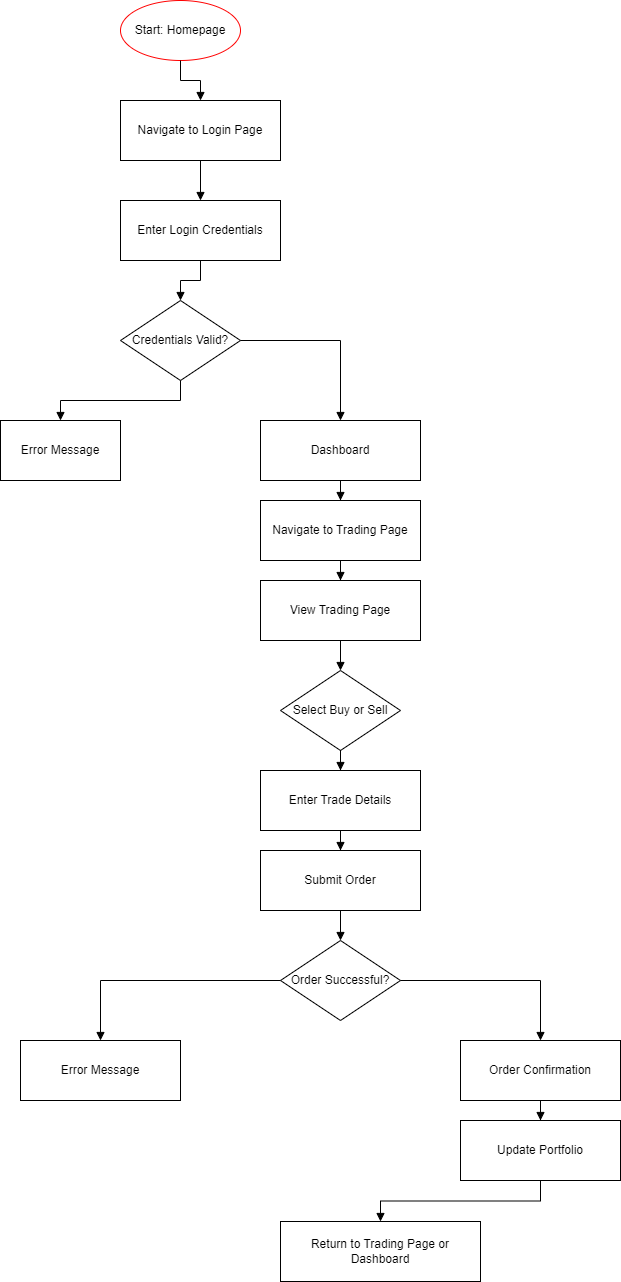
The draw.io diagram Images/trade-user-flow.drawio.png in trading-app-ca/part-a-docs, before a commit. Source tidied: cells renumbered, new cells last; positions are measured from the earlier drawing's top-left corner, leaving out a move shared by most shapes.
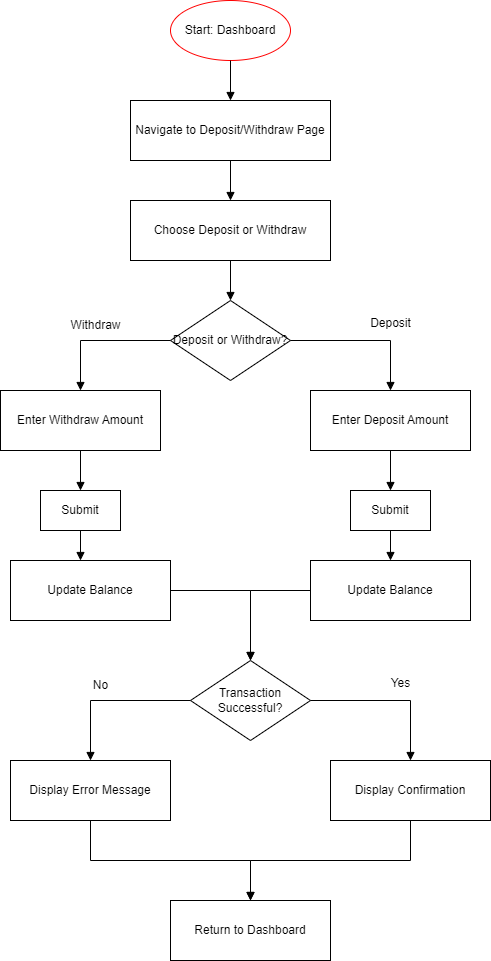
After the change.

Commit message:
docs: added user flows for wireframes, updated user stories

Change to the diagram source:
```diff
@@ -2,100 +2,117 @@
   <root>
     <mxCell id="0" />
     <mxCell id="1" parent="0" />
-    <mxCell id="2" value="Start: Homepage" style="ellipse;whiteSpace=wrap;html=1;strokeColor=#FF0000;fillColor=none;" parent="1" vertex="1">
-      <mxGeometry x="120" width="120" height="60" as="geometry" />
+    <mxCell id="2" value="Start: Dashboard" style="ellipse;whiteSpace=wrap;html=1;strokeColor=#FF0000;fillColor=none;" parent="1" vertex="1">
+      <mxGeometry x="370" y="10" width="120" height="60" as="geometry" />
     </mxCell>
-    <mxCell id="3" value="Navigate to Login Page" style="rounded=0;whiteSpace=wrap;html=1;" parent="1" vertex="1">
-      <mxGeometry x="120" y="100" width="160" height="60" as="geometry" />
+    <mxCell id="3" value="Navigate to Deposit/Withdraw Page" style="rounded=0;whiteSpace=wrap;html=1;" parent="1" vertex="1">
+      <mxGeometry x="330" y="110" width="200" height="60" as="geometry" />
     </mxCell>
     <mxCell id="4" style="edgeStyle=orthogonalEdgeStyle;rounded=0;jettySize=auto;html=1;endArrow=block;endFill=1;" parent="1" edge="1" source="2" target="3">
       <mxGeometry relative="1" as="geometry" />
     </mxCell>
-    <mxCell id="5" value="Enter Login Credentials" style="rounded=0;whiteSpace=wrap;html=1;" parent="1" vertex="1">
-      <mxGeometry x="120" y="200" width="160" height="60" as="geometry" />
+    <mxCell id="5" value="Choose Deposit or Withdraw" style="rounded=0;whiteSpace=wrap;html=1;" parent="1" vertex="1">
+      <mxGeometry x="330" y="210" width="200" height="60" as="geometry" />
     </mxCell>
     <mxCell id="6" style="edgeStyle=orthogonalEdgeStyle;rounded=0;jettySize=auto;html=1;endArrow=block;endFill=1;" parent="1" edge="1" source="3" target="5">
       <mxGeometry relative="1" as="geometry" />
     </mxCell>
-    <mxCell id="7" value="Credentials Valid?" style="rhombus;whiteSpace=wrap;html=1;" parent="1" vertex="1">
-      <mxGeometry x="120" y="300" width="120" height="80" as="geometry" />
+    <mxCell id="7" value="Deposit or Withdraw?" style="rhombus;whiteSpace=wrap;html=1;" parent="1" vertex="1">
+      <mxGeometry x="370" y="310" width="120" height="80" as="geometry" />
     </mxCell>
     <mxCell id="8" style="edgeStyle=orthogonalEdgeStyle;rounded=0;jettySize=auto;html=1;endArrow=block;endFill=1;" parent="1" edge="1" source="5" target="7">
       <mxGeometry relative="1" as="geometry" />
     </mxCell>
-    <mxCell id="9" value="Error Message" style="rounded=0;whiteSpace=wrap;html=1;" parent="1" vertex="1">
-      <mxGeometry y="420" width="120" height="60" as="geometry" />
+    <mxCell id="9" value="Enter Deposit Amount" style="rounded=0;whiteSpace=wrap;html=1;" parent="1" vertex="1">
+      <mxGeometry x="510" y="400" width="160" height="60" as="geometry" />
     </mxCell>
     <mxCell id="10" style="edgeStyle=orthogonalEdgeStyle;rounded=0;jettySize=auto;html=1;endArrow=block;endFill=1;" parent="1" edge="1" source="7" target="9">
-      <mxGeometry relative="1" as="geometry">
-        <mxPoint x="0.5" y="1" as="offset" />
-      </mxGeometry>
+      <mxGeometry relative="1" as="geometry" />
     </mxCell>
-    <mxCell id="11" value="Dashboard" style="rounded=0;whiteSpace=wrap;html=1;" parent="1" vertex="1">
-      <mxGeometry x="260" y="420" width="160" height="60" as="geometry" />
+    <mxCell id="11" value="Submit" style="rounded=0;whiteSpace=wrap;html=1;" parent="1" vertex="1">
+      <mxGeometry x="550" y="500" width="80" height="40" as="geometry" />
     </mxCell>
-    <mxCell id="12" style="edgeStyle=orthogonalEdgeStyle;rounded=0;jettySize=auto;html=1;endArrow=block;endFill=1;" parent="1" edge="1" source="7" target="11">
+    <mxCell id="12" style="edgeStyle=orthogonalEdgeStyle;rounded=0;jettySize=auto;html=1;endArrow=block;endFill=1;" parent="1" edge="1" source="9" target="11">
       <mxGeometry relative="1" as="geometry" />
     </mxCell>
-    <mxCell id="13" value="Navigate to Trading Page" style="rounded=0;whiteSpace=wrap;html=1;" parent="1" vertex="1">
-      <mxGeometry x="260" y="500" width="160" height="60" as="geometry" />
+    <mxCell id="13" value="Update Balance" style="rounded=0;whiteSpace=wrap;html=1;" parent="1" vertex="1">
+      <mxGeometry x="510" y="570" width="160" height="60" as="geometry" />
     </mxCell>
     <mxCell id="14" style="edgeStyle=orthogonalEdgeStyle;rounded=0;jettySize=auto;html=1;endArrow=block;endFill=1;" parent="1" edge="1" source="11" target="13">
       <mxGeometry relative="1" as="geometry" />
     </mxCell>
-    <mxCell id="15" value="View Trading Page" style="rounded=0;whiteSpace=wrap;html=1;" parent="1" vertex="1">
-      <mxGeometry x="260" y="580" width="160" height="60" as="geometry" />
+    <mxCell id="15" value="Enter Withdraw Amount" style="rounded=0;whiteSpace=wrap;html=1;" parent="1" vertex="1">
+      <mxGeometry x="200" y="400" width="160" height="60" as="geometry" />
     </mxCell>
-    <mxCell id="16" style="edgeStyle=orthogonalEdgeStyle;rounded=0;jettySize=auto;html=1;endArrow=block;endFill=1;" parent="1" edge="1" source="13" target="15">
-      <mxGeometry relative="1" as="geometry" />
+    <mxCell id="16" style="edgeStyle=orthogonalEdgeStyle;rounded=0;jettySize=auto;html=1;endArrow=block;endFill=1;" parent="1" edge="1" source="7" target="15">
+      <mxGeometry relative="1" as="geometry">
+        <Array as="points">
+          <mxPoint x="280" y="350" />
+        </Array>
+      </mxGeometry>
     </mxCell>
-    <mxCell id="17" value="Select Buy or Sell" style="rhombus;whiteSpace=wrap;html=1;" parent="1" vertex="1">
-      <mxGeometry x="280" y="670" width="120" height="80" as="geometry" />
+    <mxCell id="17" value="Submit" style="rounded=0;whiteSpace=wrap;html=1;" parent="1" vertex="1">
+      <mxGeometry x="240" y="500" width="80" height="40" as="geometry" />
     </mxCell>
     <mxCell id="18" style="edgeStyle=orthogonalEdgeStyle;rounded=0;jettySize=auto;html=1;endArrow=block;endFill=1;" parent="1" edge="1" source="15" target="17">
       <mxGeometry relative="1" as="geometry" />
     </mxCell>
-    <mxCell id="19" value="Enter Trade Details" style="rounded=0;whiteSpace=wrap;html=1;" parent="1" vertex="1">
-      <mxGeometry x="260" y="770" width="160" height="60" as="geometry" />
+    <mxCell id="19" value="Update Balance" style="rounded=0;whiteSpace=wrap;html=1;" parent="1" vertex="1">
+      <mxGeometry x="210" y="570" width="160" height="60" as="geometry" />
     </mxCell>
     <mxCell id="20" style="edgeStyle=orthogonalEdgeStyle;rounded=0;jettySize=auto;html=1;endArrow=block;endFill=1;" parent="1" edge="1" source="17" target="19">
-      <mxGeometry relative="1" as="geometry" />
+      <mxGeometry relative="1" as="geometry">
+        <Array as="points">
+          <mxPoint x="280" y="570" />
+          <mxPoint x="280" y="570" />
+        </Array>
+      </mxGeometry>
     </mxCell>
-    <mxCell id="21" value="Submit Order" style="rounded=0;whiteSpace=wrap;html=1;" parent="1" vertex="1">
-      <mxGeometry x="260" y="850" width="160" height="60" as="geometry" />
+    <mxCell id="21" value="Transaction Successful?" style="rhombus;whiteSpace=wrap;html=1;" parent="1" vertex="1">
+      <mxGeometry x="390" y="670" width="120" height="80" as="geometry" />
     </mxCell>
-    <mxCell id="22" style="edgeStyle=orthogonalEdgeStyle;rounded=0;jettySize=auto;html=1;endArrow=block;endFill=1;" parent="1" edge="1" source="19" target="21">
-      <mxGeometry relative="1" as="geometry" />
+    <mxCell id="22" style="edgeStyle=orthogonalEdgeStyle;rounded=0;jettySize=auto;html=1;endArrow=block;endFill=1;" parent="1" edge="1" source="13" target="21">
+      <mxGeometry relative="1" as="geometry">
+        <Array as="points">
+          <mxPoint x="450" y="600" />
+        </Array>
+      </mxGeometry>
     </mxCell>
-    <mxCell id="23" value="Order Successful?" style="rhombus;whiteSpace=wrap;html=1;" parent="1" vertex="1">
-      <mxGeometry x="280" y="940" width="120" height="80" as="geometry" />
+    <mxCell id="23" style="edgeStyle=orthogonalEdgeStyle;rounded=0;jettySize=auto;html=1;endArrow=block;endFill=1;" parent="1" edge="1" source="19" target="21">
+      <mxGeometry relative="1" as="geometry" />
     </mxCell>
-    <mxCell id="24" style="edgeStyle=orthogonalEdgeStyle;rounded=0;jettySize=auto;html=1;endArrow=block;endFill=1;" parent="1" edge="1" source="21" target="23">
-      <mxGeometry relative="1" as="geometry" />
+    <mxCell id="24" value="Display Confirmation" style="rounded=0;whiteSpace=wrap;html=1;" parent="1" vertex="1">
+      <mxGeometry x="530" y="770" width="160" height="60" as="geometry" />
     </mxCell>
-    <mxCell id="25" value="Order Confirmation" style="rounded=0;whiteSpace=wrap;html=1;" parent="1" vertex="1">
-      <mxGeometry x="460" y="1040" width="160" height="60" as="geometry" />
+    <mxCell id="25" style="edgeStyle=orthogonalEdgeStyle;rounded=0;jettySize=auto;html=1;endArrow=block;endFill=1;" parent="1" edge="1" source="21" target="24">
+      <mxGeometry relative="1" as="geometry" />
     </mxCell>
-    <mxCell id="26" style="edgeStyle=orthogonalEdgeStyle;rounded=0;jettySize=auto;html=1;endArrow=block;endFill=1;" parent="1" edge="1" source="23" target="25">
-      <mxGeometry relative="1" as="geometry" />
+    <mxCell id="26" value="Display Error Message" style="rounded=0;whiteSpace=wrap;html=1;" parent="1" vertex="1">
+      <mxGeometry x="210" y="770" width="160" height="60" as="geometry" />
     </mxCell>
-    <mxCell id="27" value="Error Message" style="rounded=0;whiteSpace=wrap;html=1;" parent="1" vertex="1">
-      <mxGeometry x="20" y="1040" width="160" height="60" as="geometry" />
+    <mxCell id="27" style="edgeStyle=orthogonalEdgeStyle;rounded=0;jettySize=auto;html=1;endArrow=block;endFill=1;" parent="1" edge="1" source="21" target="26">
+      <mxGeometry relative="1" as="geometry" />
     </mxCell>
-    <mxCell id="28" style="edgeStyle=orthogonalEdgeStyle;rounded=0;jettySize=auto;html=1;endArrow=block;endFill=1;" parent="1" edge="1" source="23" target="27">
-      <mxGeometry relative="1" as="geometry" />
+    <mxCell id="28" value="Return to Dashboard" style="rounded=0;whiteSpace=wrap;html=1;" parent="1" vertex="1">
+      <mxGeometry x="370" y="910" width="160" height="60" as="geometry" />
     </mxCell>
-    <mxCell id="29" value="Update Portfolio" style="rounded=0;whiteSpace=wrap;html=1;" parent="1" vertex="1">
-      <mxGeometry x="460" y="1120" width="160" height="60" as="geometry" />
+    <mxCell id="29" style="edgeStyle=orthogonalEdgeStyle;rounded=0;jettySize=auto;html=1;endArrow=block;endFill=1;" parent="1" edge="1" source="24" target="28">
+      <mxGeometry relative="1" as="geometry" />
     </mxCell>
-    <mxCell id="30" style="edgeStyle=orthogonalEdgeStyle;rounded=0;jettySize=auto;html=1;endArrow=block;endFill=1;" parent="1" edge="1" source="25" target="29">
+    <mxCell id="30" style="edgeStyle=orthogonalEdgeStyle;rounded=0;jettySize=auto;html=1;endArrow=block;endFill=1;" parent="1" edge="1" source="26" target="28">
       <mxGeometry relative="1" as="geometry" />
     </mxCell>
-    <mxCell id="31" value="Return to Trading Page or Dashboard" style="rounded=0;whiteSpace=wrap;html=1;" parent="1" vertex="1">
-      <mxGeometry x="280" y="1221" width="200" height="60" as="geometry" />
-    </mxCell>
-    <mxCell id="32" style="edgeStyle=orthogonalEdgeStyle;rounded=0;jettySize=auto;html=1;endArrow=block;endFill=1;" parent="1" edge="1" source="29" target="31">
-      <mxGeometry relative="1" as="geometry" />
-    </mxCell>
+    <mxCell id="33" value="Withdraw" style="text;html=1;align=center;verticalAlign=middle;strokeColor=none;fillColor=none;" parent="1" vertex="1">
+      <mxGeometry x="260" y="320" width="70" height="30" as="geometry" />
+    </mxCell>
+    <mxCell id="34" value="Deposit" style="text;html=1;align=center;verticalAlign=middle;strokeColor=none;fillColor=none;" parent="1" vertex="1">
+      <mxGeometry x="560" y="318" width="60" height="30" as="geometry" />
+    </mxCell>
+    <mxCell id="35" value="No" style="text;html=1;align=center;verticalAlign=middle;strokeColor=none;fillColor=none;" parent="1" vertex="1">
+      <mxGeometry x="280" y="680" width="40" height="30" as="geometry" />
+    </mxCell>
+    <mxCell id="36" value="Yes" style="text;html=1;align=center;verticalAlign=middle;strokeColor=none;fillColor=none;" parent="1" vertex="1">
+      <mxGeometry x="580" y="678" width="40" height="30" as="geometry" />
+    </mxCell>
   </root>
 </mxGraphModel>
```
